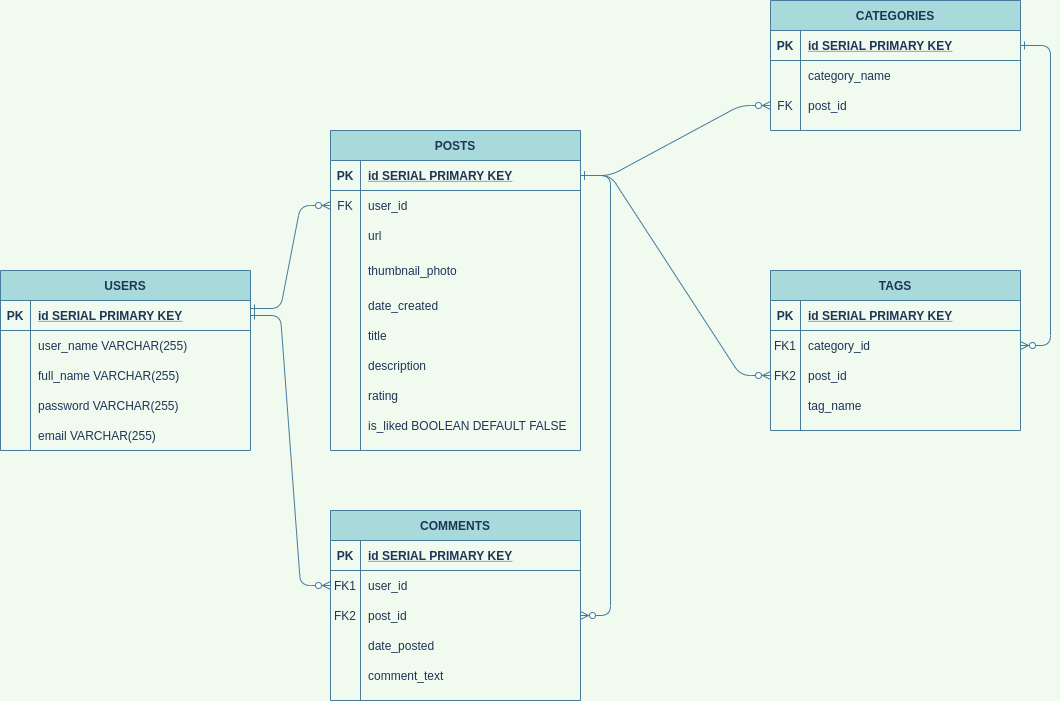
Above: docs/LHL-midtem_Resource Wall.png in monica-li205/inPinity (draw.io), before the change. Source tidied: cells renumbered, new cells last; positions are measured from the earlier drawing's top-left corner, leaving out a move shared by most shapes.
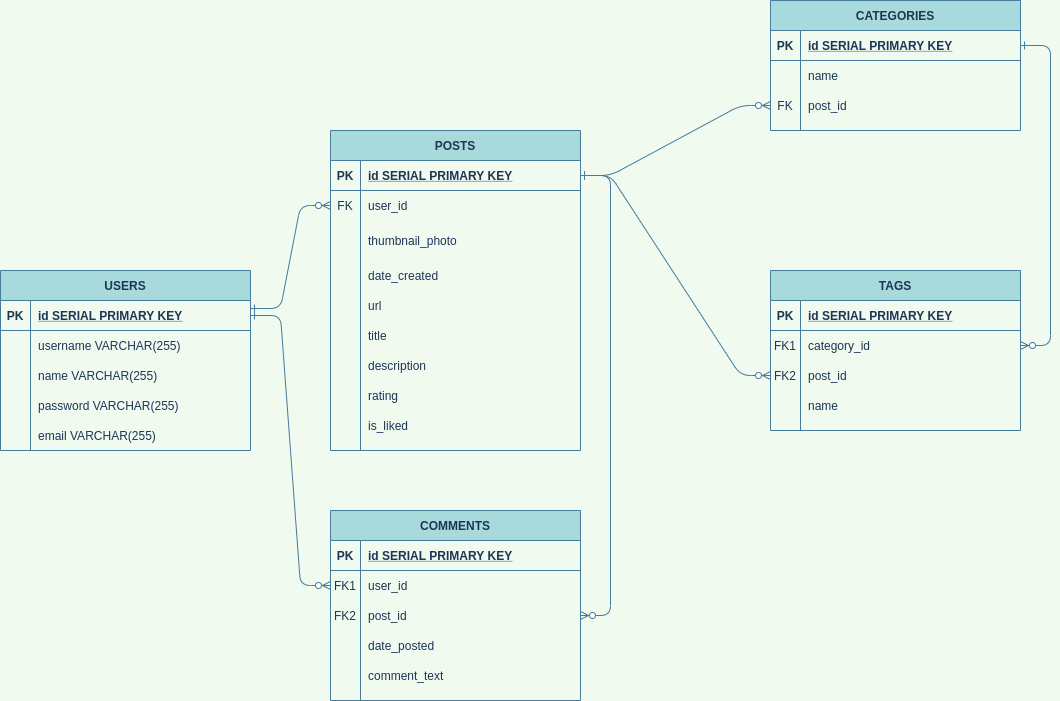
After the commit.

Commit message:
fixes ERD so the names match the schema

Diff of the diagram source:
```diff
@@ -29,17 +29,8 @@
     <mxCell id="10" value="user_id" style="shape=partialRectangle;overflow=hidden;fillColor=none;top=0;left=0;bottom=0;right=0;align=left;spacingLeft=6;strokeColor=#457B9D;fontColor=#1D3557;" parent="8" vertex="1">
       <mxGeometry x="30" width="220" height="30" as="geometry" />
     </mxCell>
-    <mxCell id="11" style="shape=partialRectangle;fillColor=none;top=0;left=0;right=0;bottom=0;strokeColor=#457B9D;fontColor=#1D3557;" parent="4" vertex="1">
-      <mxGeometry y="90" width="250" height="30" as="geometry" />
-    </mxCell>
-    <mxCell id="12" style="shape=partialRectangle;overflow=hidden;fillColor=none;top=0;left=0;bottom=0;right=0;strokeColor=#457B9D;fontColor=#1D3557;" parent="11" vertex="1">
-      <mxGeometry width="30" height="30" as="geometry" />
-    </mxCell>
-    <mxCell id="13" value="url" style="shape=partialRectangle;overflow=hidden;fillColor=none;top=0;left=0;bottom=0;right=0;align=left;spacingLeft=6;strokeColor=#457B9D;fontColor=#1D3557;" parent="11" vertex="1">
-      <mxGeometry x="30" width="220" height="30" as="geometry" />
-    </mxCell>
     <mxCell id="14" style="shape=partialRectangle;fillColor=none;top=0;left=0;right=0;bottom=0;strokeColor=#457B9D;fontColor=#1D3557;" parent="4" vertex="1">
-      <mxGeometry y="120" width="250" height="40" as="geometry" />
+      <mxGeometry y="90" width="250" height="40" as="geometry" />
     </mxCell>
     <mxCell id="15" style="shape=partialRectangle;overflow=hidden;fillColor=none;top=0;left=0;bottom=0;right=0;strokeColor=#457B9D;fontColor=#1D3557;" parent="14" vertex="1">
       <mxGeometry width="30" height="40" as="geometry" />
@@ -48,7 +39,7 @@
       <mxGeometry x="30" width="220" height="40" as="geometry" />
     </mxCell>
     <mxCell id="17" style="shape=partialRectangle;fillColor=none;top=0;left=0;right=0;bottom=0;strokeColor=#457B9D;fontColor=#1D3557;" parent="4" vertex="1">
-      <mxGeometry y="160" width="250" height="30" as="geometry" />
+      <mxGeometry y="130" width="250" height="30" as="geometry" />
     </mxCell>
     <mxCell id="18" style="shape=partialRectangle;overflow=hidden;fillColor=none;top=0;left=0;bottom=0;right=0;strokeColor=#457B9D;fontColor=#1D3557;" parent="17" vertex="1">
       <mxGeometry width="30" height="30" as="geometry" />
@@ -56,6 +47,15 @@
     <mxCell id="19" value="date_created" style="shape=partialRectangle;overflow=hidden;fillColor=none;top=0;left=0;bottom=0;right=0;align=left;spacingLeft=6;strokeColor=#457B9D;fontColor=#1D3557;" parent="17" vertex="1">
       <mxGeometry x="30" width="220" height="30" as="geometry" />
     </mxCell>
+    <mxCell id="11" style="shape=partialRectangle;fillColor=none;top=0;left=0;right=0;bottom=0;strokeColor=#457B9D;fontColor=#1D3557;" parent="4" vertex="1">
+      <mxGeometry y="160" width="250" height="30" as="geometry" />
+    </mxCell>
+    <mxCell id="12" style="shape=partialRectangle;overflow=hidden;fillColor=none;top=0;left=0;bottom=0;right=0;strokeColor=#457B9D;fontColor=#1D3557;" parent="11" vertex="1">
+      <mxGeometry width="30" height="30" as="geometry" />
+    </mxCell>
+    <mxCell id="13" value="url" style="shape=partialRectangle;overflow=hidden;fillColor=none;top=0;left=0;bottom=0;right=0;align=left;spacingLeft=6;strokeColor=#457B9D;fontColor=#1D3557;" parent="11" vertex="1">
+      <mxGeometry x="30" width="220" height="30" as="geometry" />
+    </mxCell>
     <mxCell id="20" style="shape=partialRectangle;fillColor=none;top=0;left=0;right=0;bottom=0;strokeColor=#457B9D;fontColor=#1D3557;" parent="4" vertex="1">
       <mxGeometry y="190" width="250" height="30" as="geometry" />
     </mxCell>
@@ -89,7 +89,7 @@
     <mxCell id="30" style="shape=partialRectangle;overflow=hidden;fillColor=none;top=0;left=0;bottom=0;right=0;strokeColor=#457B9D;fontColor=#1D3557;" parent="29" vertex="1">
       <mxGeometry width="30" height="30" as="geometry" />
     </mxCell>
-    <mxCell id="31" value="is_liked BOOLEAN DEFAULT FALSE" style="shape=partialRectangle;overflow=hidden;top=0;left=0;bottom=0;right=0;align=left;spacingLeft=6;labelBorderColor=none;fillColor=none;strokeColor=none;fontColor=#1D3557;" parent="29" vertex="1">
+    <mxCell id="31" value="is_liked" style="shape=partialRectangle;overflow=hidden;top=0;left=0;bottom=0;right=0;align=left;spacingLeft=6;labelBorderColor=none;fillColor=none;strokeColor=none;fontColor=#1D3557;" parent="29" vertex="1">
       <mxGeometry x="30" width="220" height="30" as="geometry" />
     </mxCell>
     <mxCell id="32" value="COMMENTS" style="shape=table;startSize=30;rowLines=0;fontStyle=1;align=center;fillColor=#A8DADC;strokeColor=#457B9D;fontColor=#1D3557;" parent="1" vertex="1">
@@ -158,7 +158,7 @@
     <mxCell id="53" style="shape=partialRectangle;overflow=hidden;fillColor=none;top=0;left=0;bottom=0;right=0;strokeColor=#457B9D;fontColor=#1D3557;" parent="52" vertex="1">
       <mxGeometry width="30" height="30" as="geometry" />
     </mxCell>
-    <mxCell id="54" value="user_name VARCHAR(255)" style="shape=partialRectangle;overflow=hidden;fillColor=none;top=0;left=0;bottom=0;right=0;align=left;spacingLeft=6;strokeColor=#457B9D;fontColor=#1D3557;" parent="52" vertex="1">
+    <mxCell id="54" value="username VARCHAR(255)" style="shape=partialRectangle;overflow=hidden;fillColor=none;top=0;left=0;bottom=0;right=0;align=left;spacingLeft=6;strokeColor=#457B9D;fontColor=#1D3557;" parent="52" vertex="1">
       <mxGeometry x="30" width="220" height="30" as="geometry" />
     </mxCell>
     <mxCell id="55" style="shape=partialRectangle;fillColor=none;top=0;left=0;right=0;bottom=0;strokeColor=#457B9D;fontColor=#1D3557;" parent="48" vertex="1">
@@ -167,7 +167,7 @@
     <mxCell id="56" style="shape=partialRectangle;overflow=hidden;fillColor=none;top=0;left=0;bottom=0;right=0;strokeColor=#457B9D;fontColor=#1D3557;" parent="55" vertex="1">
       <mxGeometry width="30" height="30" as="geometry" />
     </mxCell>
-    <mxCell id="57" value="full_name VARCHAR(255)" style="shape=partialRectangle;overflow=hidden;fillColor=none;top=0;left=0;bottom=0;right=0;align=left;spacingLeft=6;strokeColor=#457B9D;fontColor=#1D3557;" parent="55" vertex="1">
+    <mxCell id="57" value="name VARCHAR(255)" style="shape=partialRectangle;overflow=hidden;fillColor=none;top=0;left=0;bottom=0;right=0;align=left;spacingLeft=6;strokeColor=#457B9D;fontColor=#1D3557;" parent="55" vertex="1">
       <mxGeometry x="30" width="220" height="30" as="geometry" />
     </mxCell>
     <mxCell id="58" style="shape=partialRectangle;fillColor=none;top=0;left=0;right=0;bottom=0;strokeColor=#457B9D;fontColor=#1D3557;" parent="48" vertex="1">
@@ -206,7 +206,7 @@
     <mxCell id="69" style="shape=partialRectangle;overflow=hidden;fillColor=none;top=0;left=0;bottom=0;right=0;strokeColor=#457B9D;fontColor=#1D3557;" parent="68" vertex="1">
       <mxGeometry width="30" height="30" as="geometry" />
     </mxCell>
-    <mxCell id="70" value="category_name" style="shape=partialRectangle;overflow=hidden;fillColor=none;top=0;left=0;bottom=0;right=0;align=left;spacingLeft=6;strokeColor=#457B9D;fontColor=#1D3557;" parent="68" vertex="1">
+    <mxCell id="70" value="name" style="shape=partialRectangle;overflow=hidden;fillColor=none;top=0;left=0;bottom=0;right=0;align=left;spacingLeft=6;strokeColor=#457B9D;fontColor=#1D3557;" parent="68" vertex="1">
       <mxGeometry x="30" width="220" height="30" as="geometry" />
     </mxCell>
     <mxCell id="71" style="shape=partialRectangle;fillColor=none;points=[[0,0.5],[1,0.5]];portConstraint=eastwest;top=0;left=0;right=0;bottom=0;strokeColor=#457B9D;fontColor=#1D3557;" parent="64" vertex="1">
@@ -257,7 +257,7 @@
     <mxCell id="86" style="shape=partialRectangle;overflow=hidden;fillColor=none;top=0;left=0;bottom=0;right=0;strokeColor=#457B9D;fontColor=#1D3557;" parent="85" vertex="1">
       <mxGeometry width="30" height="30" as="geometry" />
     </mxCell>
-    <mxCell id="87" value="tag_name" style="shape=partialRectangle;overflow=hidden;fillColor=none;top=0;left=0;bottom=0;right=0;align=left;spacingLeft=6;strokeColor=#457B9D;fontColor=#1D3557;" parent="85" vertex="1">
+    <mxCell id="87" value="name" style="shape=partialRectangle;overflow=hidden;fillColor=none;top=0;left=0;bottom=0;right=0;align=left;spacingLeft=6;strokeColor=#457B9D;fontColor=#1D3557;" parent="85" vertex="1">
       <mxGeometry x="30" width="220" height="30" as="geometry" />
     </mxCell>
     <mxCell id="88" style="edgeStyle=entityRelationEdgeStyle;endArrow=ERzeroToMany;startArrow=ERone;endFill=1;startFill=0;entryX=0;entryY=0.5;entryDx=0;entryDy=0;strokeColor=#457B9D;fontColor=#1D3557;labelBackgroundColor=#F1FAEE;exitX=1;exitY=0.5;exitDx=0;exitDy=0;" parent="1" edge="1" source="5" target="82">
```
